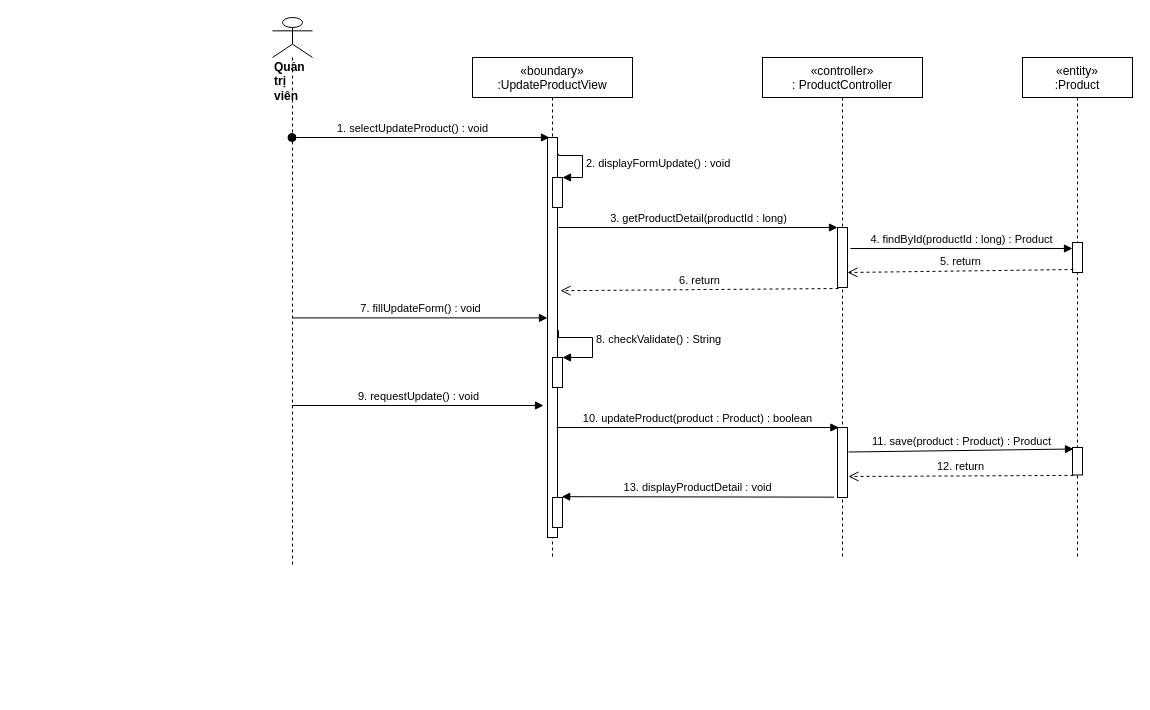
The draw.io diagram sequence diagram/update-oldProduct-manager-sequence.drawio in nguyenphamvan/datn_20202, before the edit. Source tidied: cells renumbered, new cells numbered last; positions are measured from the earlier drawing's top-left corner, leaving out a move shared by most shapes. Both pictures are drawn from the tidied source at 100%, with x=0, y=0 at pixel (272, 17).
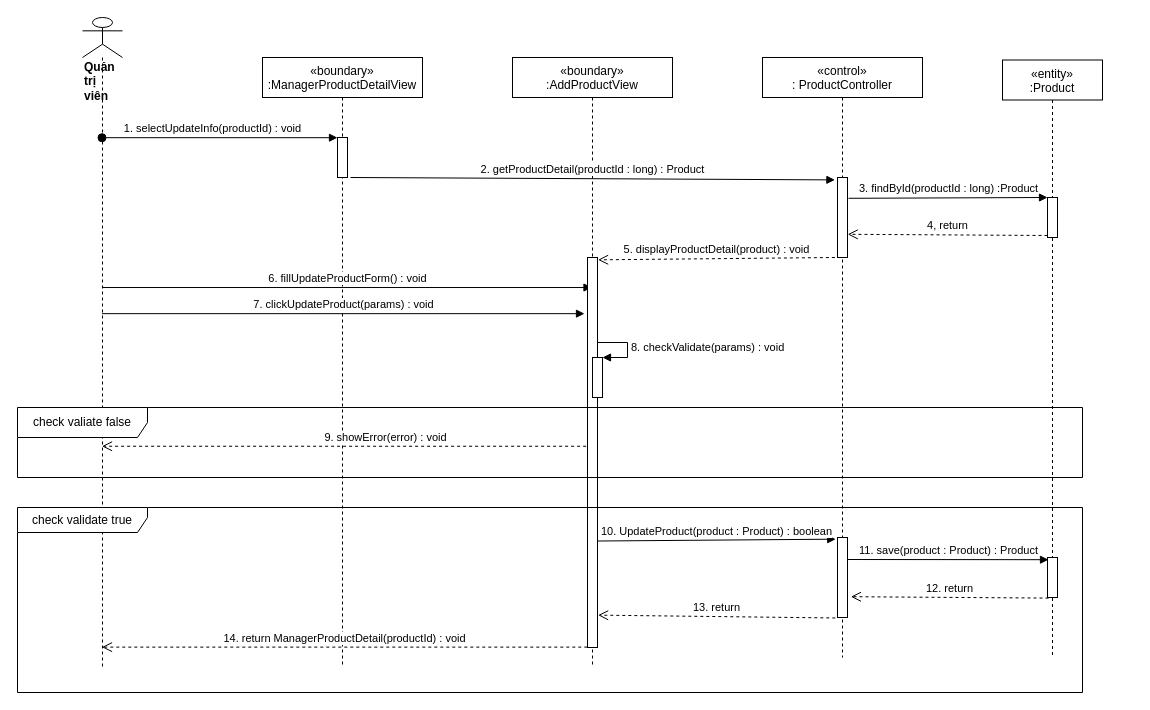
After the change.

What changed in the source:
```diff
@@
-    <mxCell id="2" value="«boundary»&#10;:UpdateProductView" style="shape=umlLifeline;perimeter=lifelinePerimeter;rounded=0;shadow=0;strokeWidth=1;" parent="1" vertex="1">
-      <mxGeometry x="200" y="40" width="160" height="500" as="geometry" />
-    </mxCell>
-    <mxCell id="3" style="points=[];perimeter=orthogonalPerimeter;rounded=0;shadow=0;strokeWidth=1;" parent="2" vertex="1">
-      <mxGeometry x="75" y="80" width="10" height="400" as="geometry" />
-    </mxCell>
-    <mxCell id="4" style="html=1;points=[];perimeter=orthogonalPerimeter;" parent="2" vertex="1">
-      <mxGeometry x="80" y="300" width="10" height="30" as="geometry" />
-    </mxCell>
-    <mxCell id="5" value="8. checkValidate() : String" style="edgeStyle=orthogonalEdgeStyle;html=1;align=left;spacingLeft=2;endArrow=block;rounded=0;entryX=1;entryY=0;exitX=1;exitY=0.495;exitDx=0;exitDy=0;exitPerimeter=0;" parent="2" edge="1" source="3" target="4">
-      <mxGeometry relative="1" as="geometry">
-        <Array as="points">
-          <mxPoint x="86" y="273" />
-          <mxPoint x="86" y="280" />
-          <mxPoint x="120" y="280" />
-          <mxPoint x="120" y="300" />
-        </Array>
-      </mxGeometry>
-    </mxCell>
-    <mxCell id="6" value="«controller»&#10;: ProductController" style="shape=umlLifeline;perimeter=lifelinePerimeter;rounded=0;shadow=0;strokeWidth=1;" parent="1" vertex="1">
-      <mxGeometry x="490" y="40" width="160" height="500" as="geometry" />
-    </mxCell>
-    <mxCell id="7" style="html=1;points=[];perimeter=orthogonalPerimeter;" parent="6" vertex="1">
-      <mxGeometry x="75" y="170" width="10" height="60" as="geometry" />
-    </mxCell>
-    <mxCell id="8" style="points=[];perimeter=orthogonalPerimeter;rounded=0;shadow=0;strokeWidth=1;" parent="6" vertex="1">
-      <mxGeometry x="75" y="370" width="10" height="70" as="geometry" />
-    </mxCell>
+    <mxCell id="27" value="«boundary»&#10;:ManagerProductDetailView" style="shape=umlLifeline;perimeter=lifelinePerimeter;rounded=0;shadow=0;strokeWidth=1;" parent="1" vertex="1">
+      <mxGeometry x="-10" y="40" width="160" height="610" as="geometry" />
+    </mxCell>
+    <mxCell id="28" style="points=[];perimeter=orthogonalPerimeter;rounded=0;shadow=0;strokeWidth=1;" parent="27" vertex="1">
+      <mxGeometry x="75" y="80" width="10" height="40" as="geometry" />
+    </mxCell>
+    <mxCell id="29" value="«control»&#10;: ProductController" style="shape=umlLifeline;perimeter=lifelinePerimeter;rounded=0;shadow=0;strokeWidth=1;" parent="1" vertex="1">
+      <mxGeometry x="490" y="40" width="160" height="600" as="geometry" />
+    </mxCell>
     <mxCell id="9" value="&lt;div&gt;&lt;b&gt;Quản trị viên&lt;/b&gt;&lt;/div&gt;" style="shape=umlLifeline;participant=umlActor;perimeter=lifelinePerimeter;whiteSpace=wrap;html=1;verticalAlign=top;spacingTop=36;outlineConnect=0;align=left;size=40;" parent="1" vertex="1">
-      <mxGeometry width="40" height="550" as="geometry" />
+      <mxGeometry x="-190" width="40" height="650" as="geometry" />
     </mxCell>
-    <mxCell id="10" value="1. selectUpdateProduct() : void" style="verticalAlign=bottom;startArrow=oval;endArrow=block;startSize=8;shadow=0;strokeWidth=1;entryX=0.2;entryY=0;entryDx=0;entryDy=0;entryPerimeter=0;" parent="1" edge="1" source="9" target="3">
-      <mxGeometry x="-0.06" relative="1" as="geometry" />
-    </mxCell>
-    <mxCell id="11" value="13. displayProductDetail : void" style="verticalAlign=bottom;endArrow=block;shadow=0;strokeWidth=1;exitX=-0.34;exitY=0.995;exitDx=0;exitDy=0;exitPerimeter=0;entryX=0.92;entryY=-0.027;entryDx=0;entryDy=0;entryPerimeter=0;" parent="1" edge="1" source="8" target="18">
-      <mxGeometry relative="1" as="geometry" />
-    </mxCell>
+    <mxCell id="30" value="1. selectUpdateInfo(productId) : void" style="verticalAlign=bottom;startArrow=oval;endArrow=block;startSize=8;shadow=0;strokeWidth=1;entryX=0;entryY=0.005;entryDx=0;entryDy=0;entryPerimeter=0;" parent="1" edge="1" source="9" target="28">
+      <mxGeometry x="-0.06" relative="1" as="geometry" />
+    </mxCell>
     <mxCell id="12" value="«entity»&#10;:Product" style="shape=umlLifeline;perimeter=lifelinePerimeter;rounded=0;shadow=0;strokeWidth=1;" parent="1" vertex="1">
-      <mxGeometry x="750" y="40" width="110" height="500" as="geometry" />
+      <mxGeometry x="730" y="42.5" width="100" height="597.5" as="geometry" />
     </mxCell>
-    <mxCell id="13" style="points=[];perimeter=orthogonalPerimeter;rounded=0;shadow=0;strokeWidth=1;" parent="12" vertex="1">
-      <mxGeometry x="50" y="390" width="10" height="27.5" as="geometry" />
-    </mxCell>
+    <mxCell id="31" style="points=[];perimeter=orthogonalPerimeter;rounded=0;shadow=0;strokeWidth=1;" parent="12" vertex="1">
+      <mxGeometry x="45" y="497.5" width="10" height="40" as="geometry" />
+    </mxCell>
-    <mxCell id="14" value="11. save(product : Product) : Product" style="html=1;verticalAlign=bottom;endArrow=block;entryX=0.1;entryY=0.055;entryDx=0;entryDy=0;entryPerimeter=0;exitX=1.1;exitY=0.35;exitDx=0;exitDy=0;exitPerimeter=0;" parent="1" edge="1" source="8" target="13">
-      <mxGeometry relative="1" as="geometry" />
+    <mxCell id="14" value="11. save(product : Product) : Product" style="html=1;verticalAlign=bottom;endArrow=block;entryX=0.1;entryY=0.055;entryDx=0;entryDy=0;entryPerimeter=0;" parent="1" edge="1" target="31">
+      <mxGeometry relative="1" as="geometry">
+        <mxPoint x="575" y="542" as="sourcePoint" />
+      </mxGeometry>
     </mxCell>
-    <mxCell id="15" value="12. return" style="html=1;verticalAlign=bottom;endArrow=open;dashed=1;endSize=8;exitX=0.1;exitY=1.015;exitDx=0;exitDy=0;exitPerimeter=0;entryX=1.1;entryY=0.7;entryDx=0;entryDy=0;entryPerimeter=0;" parent="1" edge="1" source="13" target="8">
+    <mxCell id="15" value="12. return" style="html=1;verticalAlign=bottom;endArrow=open;dashed=1;endSize=8;exitX=0.1;exitY=1.015;exitDx=0;exitDy=0;exitPerimeter=0;entryX=1.34;entryY=0.74;entryDx=0;entryDy=0;entryPerimeter=0;" parent="1" edge="1" source="31" target="34">
       <mxGeometry relative="1" as="geometry" />
     </mxCell>
-    <mxCell id="16" value="7. fillUpdateForm() : void" style="html=1;verticalAlign=bottom;endArrow=block;entryX=0;entryY=0.451;entryDx=0;entryDy=0;entryPerimeter=0;" parent="1" edge="1" source="9" target="3">
-      <mxGeometry relative="1" as="geometry" />
-    </mxCell>
-    <mxCell id="17" value="10. updateProduct(product : Product) : boolean" style="html=1;verticalAlign=bottom;endArrow=block;entryX=0.14;entryY=0;entryDx=0;entryDy=0;entryPerimeter=0;" parent="1" edge="1" target="8">
-      <mxGeometry relative="1" as="geometry">
-        <mxPoint x="284" y="410" as="sourcePoint" />
-      </mxGeometry>
-    </mxCell>
-    <mxCell id="18" style="html=1;points=[];perimeter=orthogonalPerimeter;" parent="1" vertex="1">
-      <mxGeometry x="280" y="480" width="10" height="30" as="geometry" />
-    </mxCell>
-    <mxCell id="19" value="3. getProductDetail(productId : long)" style="html=1;verticalAlign=bottom;endArrow=block;entryX=0;entryY=0;" parent="1" edge="1" target="7">
-      <mxGeometry relative="1" as="geometry">
-        <mxPoint x="286" y="210" as="sourcePoint" />
-      </mxGeometry>
-    </mxCell>
-    <mxCell id="20" value="6. return" style="html=1;verticalAlign=bottom;endArrow=open;dashed=1;endSize=8;exitX=0.1;exitY=1.017;exitDx=0;exitDy=0;exitPerimeter=0;entryX=1.3;entryY=0.383;entryDx=0;entryDy=0;entryPerimeter=0;" parent="1" edge="1" source="7" target="3">
-      <mxGeometry relative="1" as="geometry" />
-    </mxCell>
-    <mxCell id="21" value="9. requestUpdate() : void" style="html=1;verticalAlign=bottom;endArrow=block;entryX=-0.4;entryY=0.67;entryDx=0;entryDy=0;entryPerimeter=0;" parent="1" edge="1" source="9" target="3">
-      <mxGeometry relative="1" as="geometry" />
-    </mxCell>
-    <mxCell id="22" style="html=1;points=[];perimeter=orthogonalPerimeter;" parent="1" vertex="1">
-      <mxGeometry x="280" y="160" width="10" height="30" as="geometry" />
-    </mxCell>
-    <mxCell id="23" value="2. displayFormUpdate() : void" style="edgeStyle=orthogonalEdgeStyle;html=1;align=left;spacingLeft=2;endArrow=block;rounded=0;entryX=1;entryY=0;exitX=1.1;exitY=0.041;exitDx=0;exitDy=0;exitPerimeter=0;" parent="1" edge="1" source="3" target="22">
-      <mxGeometry relative="1" as="geometry">
-        <Array as="points">
-          <mxPoint x="310" y="138" />
-          <mxPoint x="310" y="160" />
-        </Array>
-      </mxGeometry>
-    </mxCell>
-    <mxCell id="24" value="4. findById(productId : long) : Product" style="html=1;verticalAlign=bottom;endArrow=block;exitX=1.3;exitY=0.35;exitDx=0;exitDy=0;exitPerimeter=0;" parent="1" edge="1" source="7" target="25">
-      <mxGeometry relative="1" as="geometry" />
-    </mxCell>
-    <mxCell id="25" style="html=1;points=[];perimeter=orthogonalPerimeter;" parent="1" vertex="1">
-      <mxGeometry x="800" y="225" width="10" height="30" as="geometry" />
-    </mxCell>
-    <mxCell id="26" value="5. return" style="html=1;verticalAlign=bottom;endArrow=open;dashed=1;endSize=8;exitX=0.1;exitY=0.9;exitDx=0;exitDy=0;exitPerimeter=0;entryX=1;entryY=0.75;entryDx=0;entryDy=0;entryPerimeter=0;" parent="1" edge="1" source="25" target="7">
-      <mxGeometry relative="1" as="geometry" />
-    </mxCell>
+    <mxCell id="32" value="6. fillUpdateProductForm() : void" style="html=1;verticalAlign=bottom;endArrow=block;entryX=0.45;entryY=0.077;entryDx=0;entryDy=0;entryPerimeter=0;" parent="1" edge="1" source="9" target="37">
+      <mxGeometry relative="1" as="geometry" />
+    </mxCell>
+    <mxCell id="33" value="7. clickUpdateProduct(params) : void" style="html=1;verticalAlign=bottom;endArrow=block;entryX=-0.3;entryY=0.144;entryDx=0;entryDy=0;entryPerimeter=0;" parent="1" edge="1" source="9" target="37">
+      <mxGeometry relative="1" as="geometry" />
+    </mxCell>
+    <mxCell id="34" style="points=[];perimeter=orthogonalPerimeter;rounded=0;shadow=0;strokeWidth=1;" parent="1" vertex="1">
+      <mxGeometry x="565" y="520" width="10" height="80" as="geometry" />
+    </mxCell>
+    <mxCell id="35" value="10. UpdateProduct(product : Product) : boolean" style="html=1;verticalAlign=bottom;endArrow=block;entryX=-0.18;entryY=0.021;entryDx=0;entryDy=0;entryPerimeter=0;exitX=0.98;exitY=0.727;exitDx=0;exitDy=0;exitPerimeter=0;" parent="1" edge="1" source="37" target="34">
+      <mxGeometry relative="1" as="geometry" />
+    </mxCell>
+    <mxCell id="36" value="«boundary»&#10;:AddProductView" style="shape=umlLifeline;perimeter=lifelinePerimeter;rounded=0;shadow=0;strokeWidth=1;" parent="1" vertex="1">
+      <mxGeometry x="240" y="40" width="160" height="610" as="geometry" />
+    </mxCell>
+    <mxCell id="37" style="points=[];perimeter=orthogonalPerimeter;rounded=0;shadow=0;strokeWidth=1;" parent="36" vertex="1">
+      <mxGeometry x="75" y="200" width="10" height="390" as="geometry" />
+    </mxCell>
+    <mxCell id="38" value="2. getProductDetail(productId : long) : Product" style="html=1;verticalAlign=bottom;endArrow=block;exitX=1.3;exitY=1;exitDx=0;exitDy=0;exitPerimeter=0;entryX=-0.26;entryY=0.03;entryDx=0;entryDy=0;entryPerimeter=0;" parent="1" edge="1" source="28" target="46">
+      <mxGeometry relative="1" as="geometry" />
+    </mxCell>
+    <mxCell id="39" style="html=1;points=[];perimeter=orthogonalPerimeter;" parent="1" vertex="1">
+      <mxGeometry x="320" y="340" width="10" height="40" as="geometry" />
+    </mxCell>
+    <mxCell id="40" value="8. checkValidate(params) : void" style="edgeStyle=orthogonalEdgeStyle;html=1;align=left;spacingLeft=2;endArrow=block;rounded=0;entryX=1;entryY=0;" parent="1" edge="1" target="39">
+      <mxGeometry relative="1" as="geometry">
+        <mxPoint x="325" y="325" as="sourcePoint" />
+        <Array as="points">
+          <mxPoint x="355" y="325" />
+          <mxPoint x="355" y="340" />
+        </Array>
+      </mxGeometry>
+    </mxCell>
+    <mxCell id="41" value="9. showError(error) : void" style="html=1;verticalAlign=bottom;endArrow=open;dashed=1;endSize=8;exitX=-0.14;exitY=0.484;exitDx=0;exitDy=0;exitPerimeter=0;" parent="1" edge="1" source="37" target="9">
+      <mxGeometry x="-0.17" relative="1" as="geometry" />
+    </mxCell>
+    <mxCell id="42" value="check valiate false" style="shape=umlFrame;whiteSpace=wrap;html=1;width=130;height=30;" parent="1" vertex="1">
+      <mxGeometry x="-255" y="390" width="1065" height="70" as="geometry" />
+    </mxCell>
+    <mxCell id="43" value="14. return ManagerProductDetail(productId) : void" style="html=1;verticalAlign=bottom;endArrow=open;dashed=1;endSize=8;exitX=-0.02;exitY=0.999;exitDx=0;exitDy=0;exitPerimeter=0;" parent="1" edge="1" source="37" target="9">
+      <mxGeometry relative="1" as="geometry" />
+    </mxCell>
+    <mxCell id="44" value="13. return" style="html=1;verticalAlign=bottom;endArrow=open;dashed=1;endSize=8;exitX=-0.22;exitY=1.006;exitDx=0;exitDy=0;exitPerimeter=0;entryX=1.06;entryY=0.917;entryDx=0;entryDy=0;entryPerimeter=0;" parent="1" edge="1" source="34" target="37">
+      <mxGeometry relative="1" as="geometry" />
+    </mxCell>
+    <mxCell id="45" value="check validate true" style="shape=umlFrame;whiteSpace=wrap;html=1;width=130;height=25;" parent="1" vertex="1">
+      <mxGeometry x="-255" y="490" width="1065" height="185" as="geometry" />
+    </mxCell>
+    <mxCell id="46" style="html=1;points=[];perimeter=orthogonalPerimeter;" parent="1" vertex="1">
+      <mxGeometry x="565" y="160" width="10" height="80" as="geometry" />
+    </mxCell>
+    <mxCell id="47" style="html=1;points=[];perimeter=orthogonalPerimeter;" parent="1" vertex="1">
+      <mxGeometry x="775" y="180" width="10" height="40" as="geometry" />
+    </mxCell>
+    <mxCell id="48" value="3. findById(productId : long) :Product" style="html=1;verticalAlign=bottom;endArrow=block;entryX=0;entryY=0;exitX=1.1;exitY=0.26;exitDx=0;exitDy=0;exitPerimeter=0;" parent="1" edge="1" source="46" target="47">
+      <mxGeometry relative="1" as="geometry" />
+    </mxCell>
+    <mxCell id="49" value="4, return" style="html=1;verticalAlign=bottom;endArrow=open;dashed=1;endSize=8;exitX=0;exitY=0.95;entryX=1.02;entryY=0.71;entryDx=0;entryDy=0;entryPerimeter=0;" parent="1" edge="1" source="47" target="46">
+      <mxGeometry relative="1" as="geometry" />
+    </mxCell>
+    <mxCell id="50" value="5. displayProductDetail(product) : void" style="html=1;verticalAlign=bottom;endArrow=open;dashed=1;endSize=8;exitX=-0.26;exitY=1;exitDx=0;exitDy=0;exitPerimeter=0;entryX=1.06;entryY=0.006;entryDx=0;entryDy=0;entryPerimeter=0;" parent="1" edge="1" source="46" target="37">
+      <mxGeometry relative="1" as="geometry" />
+    </mxCell>
```
